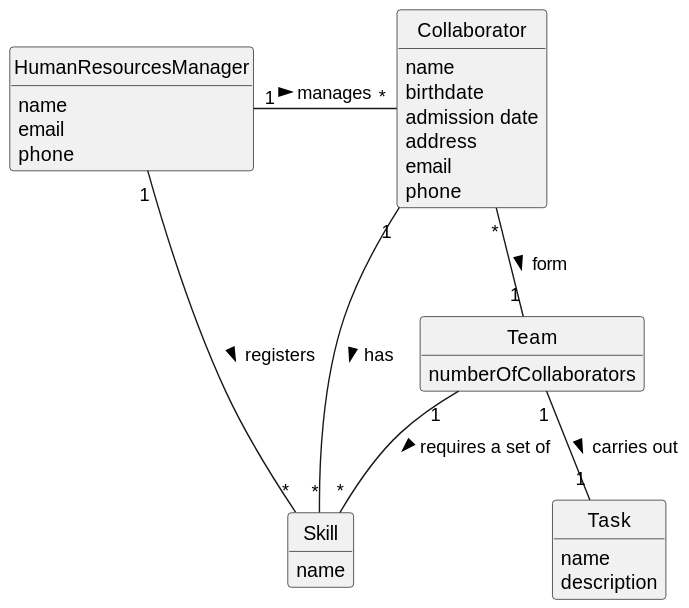
Earlier version of the PlantUML export docs/sprintA/us005/02.analysis/svg/us005-domain-model.svg (Departamento-de-Engenharia-Informatica/lei-24-s2-1dkl-g134).
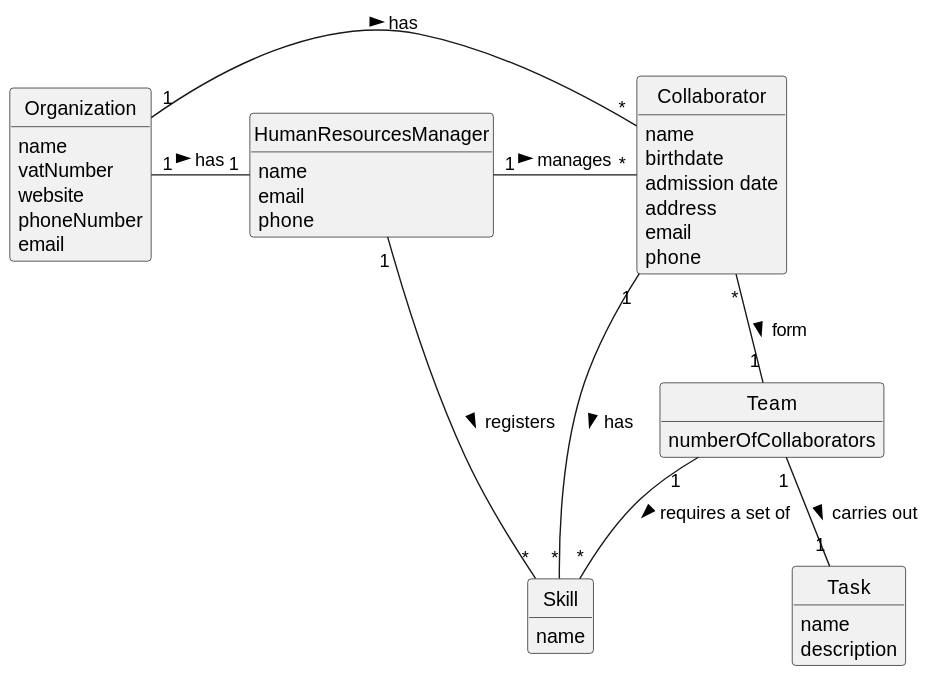
After the change.

Commit message:
added organization to us1 and us5 analysis

What changed in the source:
```diff
@@ -7,6 +7,14 @@
 
 hide circle
 hide methods
+
+class Organization {
+    name
+    vatNumber
+    website
+    phoneNumber
+    email
+}
 
 class HumanResourcesManager {
     name
@@ -36,6 +44,8 @@
     description
 }
 
+Organization "1" - "1" HumanResourcesManager : has >
+Collaborator "*" - "1" Organization : has <
 HumanResourcesManager "1" - "*" Collaborator : manages >
 HumanResourcesManager "1" -- "*" Skill : registers >
 Collaborator "1" -- "*" Skill : has >
```
